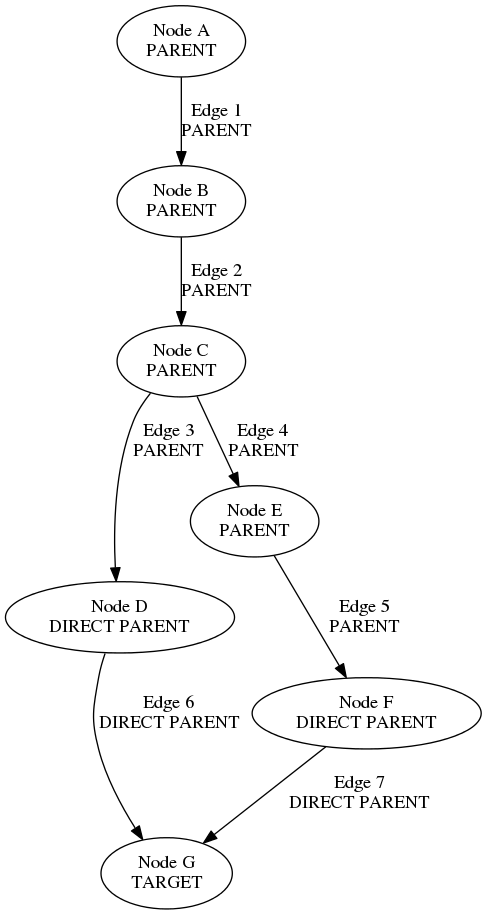
mcvdenk/MasterThesis keeps this Graphviz diagram as img/examplemap_partial_g.png. Above is the earlier version. Its source is kept beside it as img/examplemap_partial_g.dot. Source of this version:
```dot
digraph {
    a [label="Node A\nPARENT"];
    b [label="Node B\nPARENT"];
    c [label="Node C\nPARENT"];
    d [label="Node D\nDIRECT PARENT"];
    e [label="Node E\nPARENT"];
    f [label="Node F\nDIRECT PARENT"];
    g [label="Node G\nTARGET"];

    a -> b [label="Edge 1\nPARENT"];
    b -> c [label="Edge 2\nPARENT"];
    c -> d [label="Edge 3\nPARENT"];
    c -> e [label="Edge 4\nPARENT"];
    e -> f [label="Edge 5\nPARENT"];
    d -> g [label="Edge 6\nDIRECT PARENT"];
    f -> g [label="Edge 7\nDIRECT PARENT"];
}
```
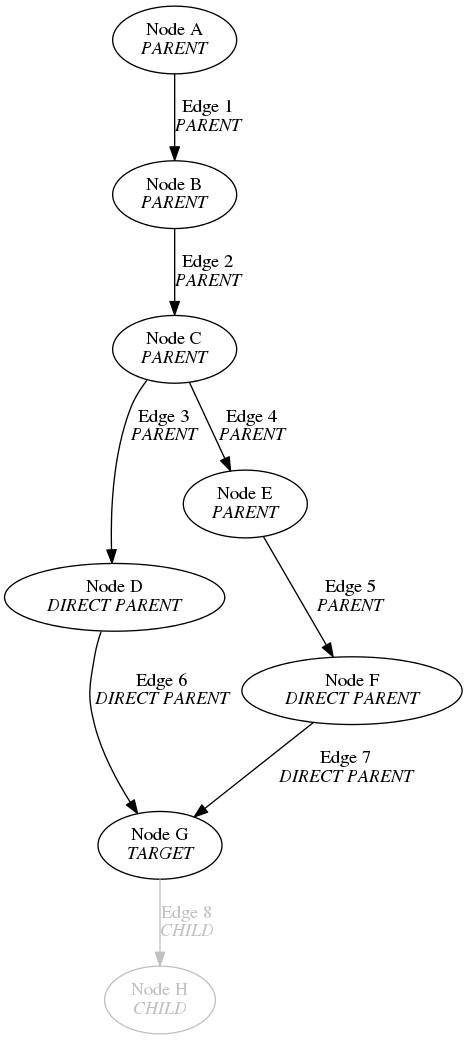
The same diagram one commit later.

Diff of the diagram source:
```diff
@@ -1,17 +1,19 @@
 digraph {
-    a [label="Node A\nPARENT"];
-    b [label="Node B\nPARENT"];
-    c [label="Node C\nPARENT"];
-    d [label="Node D\nDIRECT PARENT"];
-    e [label="Node E\nPARENT"];
-    f [label="Node F\nDIRECT PARENT"];
-    g [label="Node G\nTARGET"];
+    a [label=<Node A<br /><i>PARENT</i>>];
+    b [label=<Node B<br /><i>PARENT</i>>];
+    c [label=<Node C<br /><i>PARENT</i>>];
+    d [label=<Node D<br /><i>DIRECT PARENT</i>>];
+    e [label=<Node E<br /><i>PARENT</i>>];
+    f [label=<Node F<br /><i>DIRECT PARENT</i>>];
+    g [label=<Node G<br /><i>TARGET</i>>];
+    h [label=<Node H<br /><i>CHILD</i>>, fontcolor=grey, color=grey];
 
-    a -> b [label="Edge 1\nPARENT"];
-    b -> c [label="Edge 2\nPARENT"];
-    c -> d [label="Edge 3\nPARENT"];
-    c -> e [label="Edge 4\nPARENT"];
-    e -> f [label="Edge 5\nPARENT"];
-    d -> g [label="Edge 6\nDIRECT PARENT"];
-    f -> g [label="Edge 7\nDIRECT PARENT"];
+    a -> b [label=<Edge 1<br /><i>PARENT</i>>];
+    b -> c [label=<Edge 2<br /><i>PARENT</i>>];
+    c -> d [label=<Edge 3<br /><i>PARENT</i>>];
+    c -> e [label=<Edge 4<br /><i>PARENT</i>>];
+    e -> f [label=<Edge 5<br /><i>PARENT</i>>];
+    d -> g [label=<Edge 6<br /><i>DIRECT PARENT</i>>];
+    f -> g [label=<Edge 7<br /><i>DIRECT PARENT</i>>];
+    g -> h [label=<Edge 8<br /><i>CHILD</i>>, fontcolor=grey, color=grey];
 }
```
